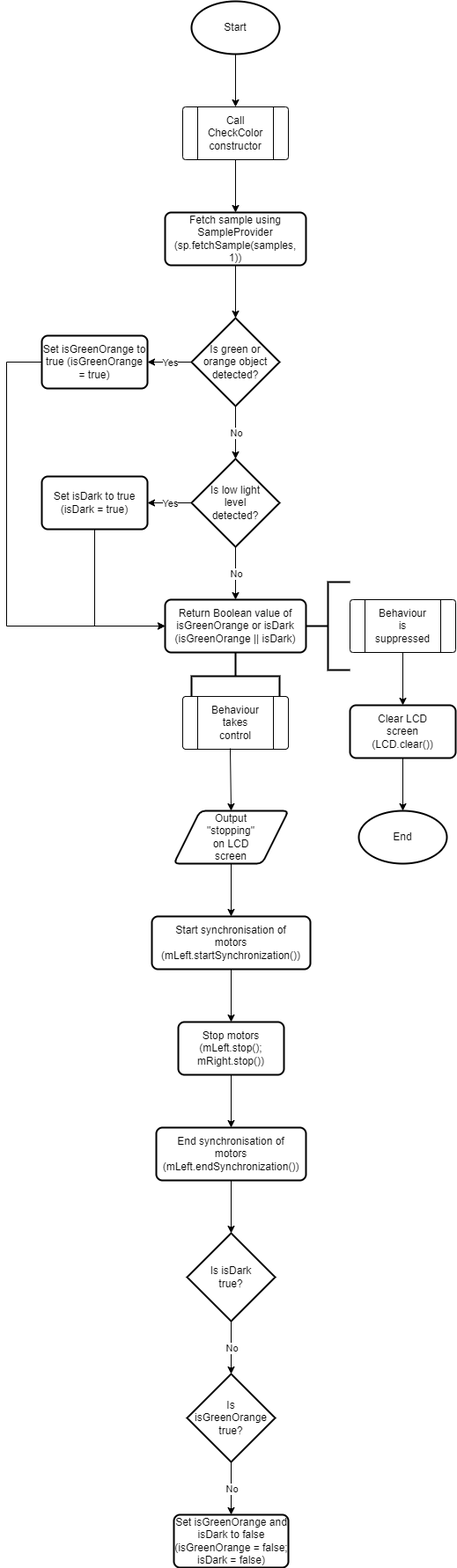
Before: Final submission/CheckColorControlFlow.png, a diagram exported from draw.io (XLmT09/Bunny-Robot). Source tidied: cells renumbered, new cells last; positions are measured from the earlier drawing's top-left corner, leaving out a move shared by most shapes.
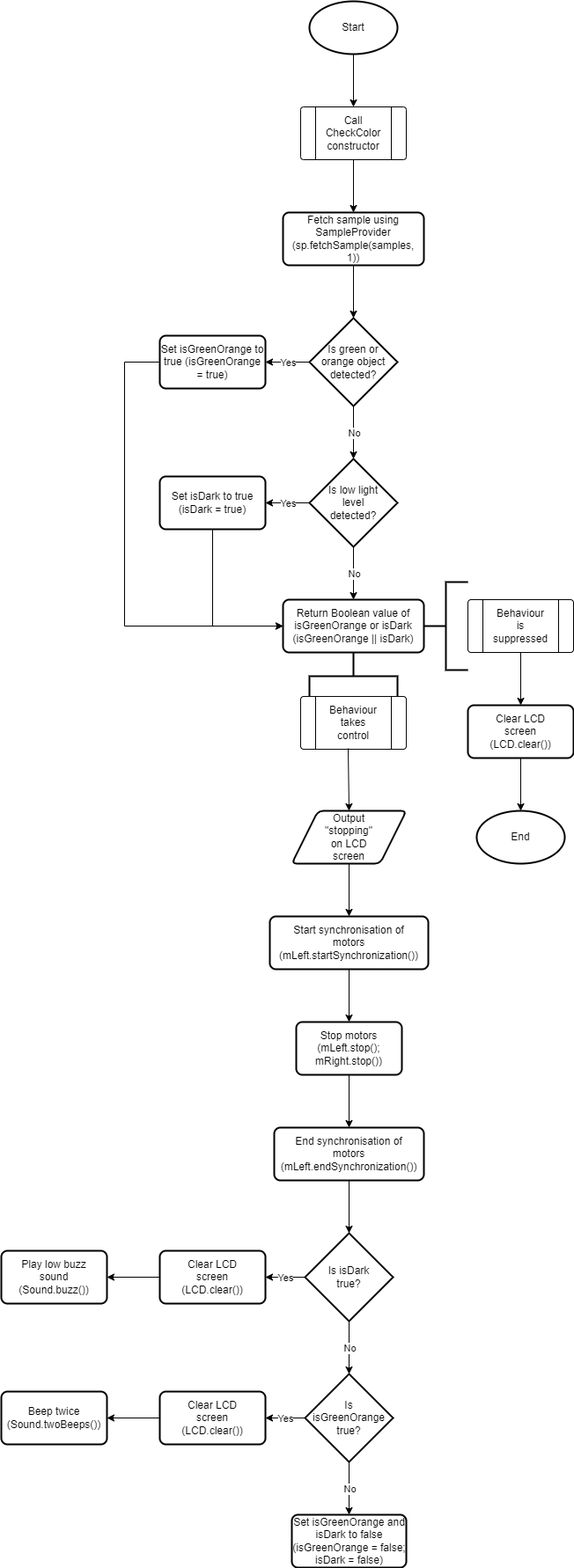
After the change.

Change to the diagram source:
```diff
@@ -260,5 +260,59 @@
     <mxCell id="84" value="No" style="edgeLabel;html=1;align=center;verticalAlign=middle;" parent="83" vertex="1">
       <mxGeometry relative="1" as="geometry" />
     </mxCell>
+    <mxCell id="85" style="group;" parent="1" vertex="1">
+      <mxGeometry x="40" y="1420" width="120" height="60" as="geometry" />
+    </mxCell>
+    <mxCell id="86" style="rounded=1;whiteSpace=wrap;html=1;absoluteArcSize=1;arcSize=14;strokeWidth=2;" parent="85" vertex="1">
+      <mxGeometry width="120" height="60" as="geometry" />
+    </mxCell>
+    <mxCell id="87" value="Clear LCD screen (LCD.clear())" style="text;html=1;strokeColor=none;fillColor=none;align=center;verticalAlign=middle;whiteSpace=wrap;rounded=0;" parent="85" vertex="1">
+      <mxGeometry x="30" y="15" width="60" height="30" as="geometry" />
+    </mxCell>
+    <mxCell id="88" style="group;" parent="1" vertex="1">
+      <mxGeometry x="40" y="1580" width="120" height="60" as="geometry" />
+    </mxCell>
+    <mxCell id="89" style="rounded=1;whiteSpace=wrap;html=1;absoluteArcSize=1;arcSize=14;strokeWidth=2;" parent="88" vertex="1">
+      <mxGeometry width="120" height="60" as="geometry" />
+    </mxCell>
+    <mxCell id="90" value="Clear LCD screen (LCD.clear())" style="text;html=1;strokeColor=none;fillColor=none;align=center;verticalAlign=middle;whiteSpace=wrap;rounded=0;" parent="88" vertex="1">
+      <mxGeometry x="30" y="15" width="60" height="30" as="geometry" />
+    </mxCell>
+    <mxCell id="91" style="endArrow=classic;html=1;rounded=0;entryX=1;entryY=0.5;entryDx=0;entryDy=0;exitX=0;exitY=0.5;exitDx=0;exitDy=0;exitPerimeter=0;" parent="1" edge="1" source="79" target="89">
+      <mxGeometry relative="1" as="geometry" />
+    </mxCell>
+    <mxCell id="92" value="Yes" style="edgeLabel;html=1;align=center;verticalAlign=middle;" parent="91" vertex="1">
+      <mxGeometry relative="1" as="geometry" />
+    </mxCell>
+    <mxCell id="93" style="endArrow=classic;html=1;rounded=0;entryX=1;entryY=0.5;entryDx=0;entryDy=0;exitX=0;exitY=0.5;exitDx=0;exitDy=0;exitPerimeter=0;" parent="1" edge="1" source="73" target="86">
+      <mxGeometry relative="1" as="geometry" />
+    </mxCell>
+    <mxCell id="94" value="Yes" style="edgeLabel;html=1;align=center;verticalAlign=middle;" parent="93" vertex="1">
+      <mxGeometry relative="1" as="geometry" />
+    </mxCell>
+    <mxCell id="95" style="group;" parent="1" vertex="1">
+      <mxGeometry x="-140" y="1420" width="120" height="60" as="geometry" />
+    </mxCell>
+    <mxCell id="96" style="rounded=1;whiteSpace=wrap;html=1;absoluteArcSize=1;arcSize=14;strokeWidth=2;" parent="95" vertex="1">
+      <mxGeometry width="120" height="60" as="geometry" />
+    </mxCell>
+    <mxCell id="97" value="Play low buzz sound (Sound.buzz())" style="text;html=1;strokeColor=none;fillColor=none;align=center;verticalAlign=middle;whiteSpace=wrap;rounded=0;" parent="95" vertex="1">
+      <mxGeometry x="30" y="15" width="60" height="30" as="geometry" />
+    </mxCell>
+    <mxCell id="98" style="endArrow=classic;html=1;rounded=0;entryX=1;entryY=0.5;entryDx=0;entryDy=0;exitX=0;exitY=0.5;exitDx=0;exitDy=0;" parent="1" edge="1" source="86" target="96">
+      <mxGeometry relative="1" as="geometry" />
+    </mxCell>
+    <mxCell id="99" style="group;" parent="1" vertex="1">
+      <mxGeometry x="-140" y="1580" width="120" height="60" as="geometry" />
+    </mxCell>
+    <mxCell id="100" style="rounded=1;whiteSpace=wrap;html=1;absoluteArcSize=1;arcSize=14;strokeWidth=2;" parent="99" vertex="1">
+      <mxGeometry width="120" height="60" as="geometry" />
+    </mxCell>
+    <mxCell id="101" value="Beep twice (Sound.twoBeeps())" style="text;html=1;strokeColor=none;fillColor=none;align=center;verticalAlign=middle;whiteSpace=wrap;rounded=0;" parent="99" vertex="1">
+      <mxGeometry x="30" y="15" width="60" height="30" as="geometry" />
+    </mxCell>
+    <mxCell id="102" style="endArrow=classic;html=1;rounded=0;entryX=1;entryY=0.5;entryDx=0;entryDy=0;exitX=0;exitY=0.5;exitDx=0;exitDy=0;" parent="1" edge="1" source="89" target="100">
+      <mxGeometry relative="1" as="geometry" />
+    </mxCell>
   </root>
 </mxGraphModel>
```
